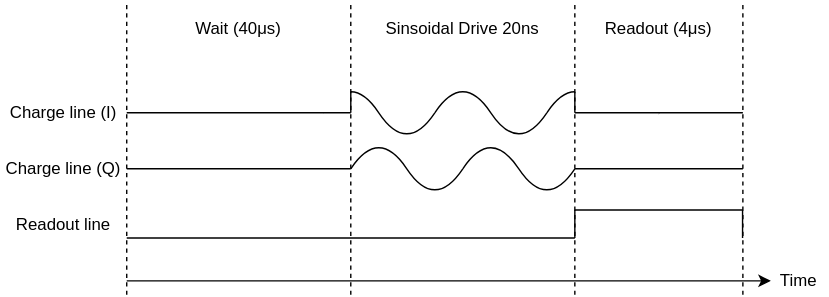
Earlier version of the draw.io export docs/User/AWG_Pulse_Building_example1.drawio.svg (sqdlab/SQDToolz). Source tidied: cells renumbered, new cells last; positions are measured from the earlier drawing's top-left corner, leaving out a move shared by most shapes.
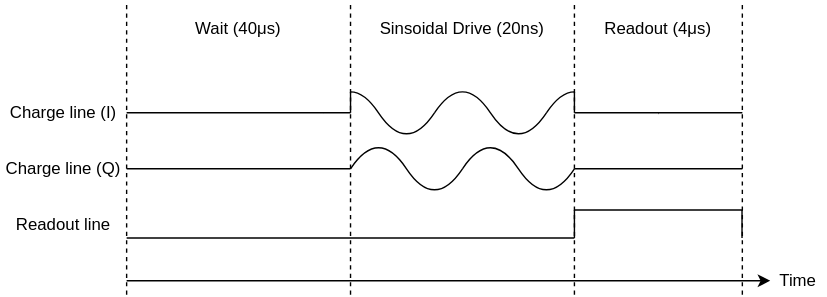
The same file after the commit.

Commit message:
Updated documentation on waveform building.

What changed in the source:
```diff
@@ -14,7 +14,7 @@
     <mxCell id="4" value="Wait (40μs)" style="rounded=0;whiteSpace=wrap;html=1;strokeColor=none;" parent="1" vertex="1">
       <mxGeometry x="90" width="160" height="40" as="geometry" />
     </mxCell>
-    <mxCell id="5" value="Sinsoidal Drive 20ns" style="rounded=0;whiteSpace=wrap;html=1;strokeColor=none;" parent="1" vertex="1">
+    <mxCell id="5" value="Sinsoidal Drive (20ns)" style="rounded=0;whiteSpace=wrap;html=1;strokeColor=none;" parent="1" vertex="1">
       <mxGeometry x="250" width="160" height="40" as="geometry" />
     </mxCell>
     <mxCell id="6" value="Readout (4μs)" style="rounded=0;whiteSpace=wrap;html=1;strokeColor=none;" parent="1" vertex="1">
```
